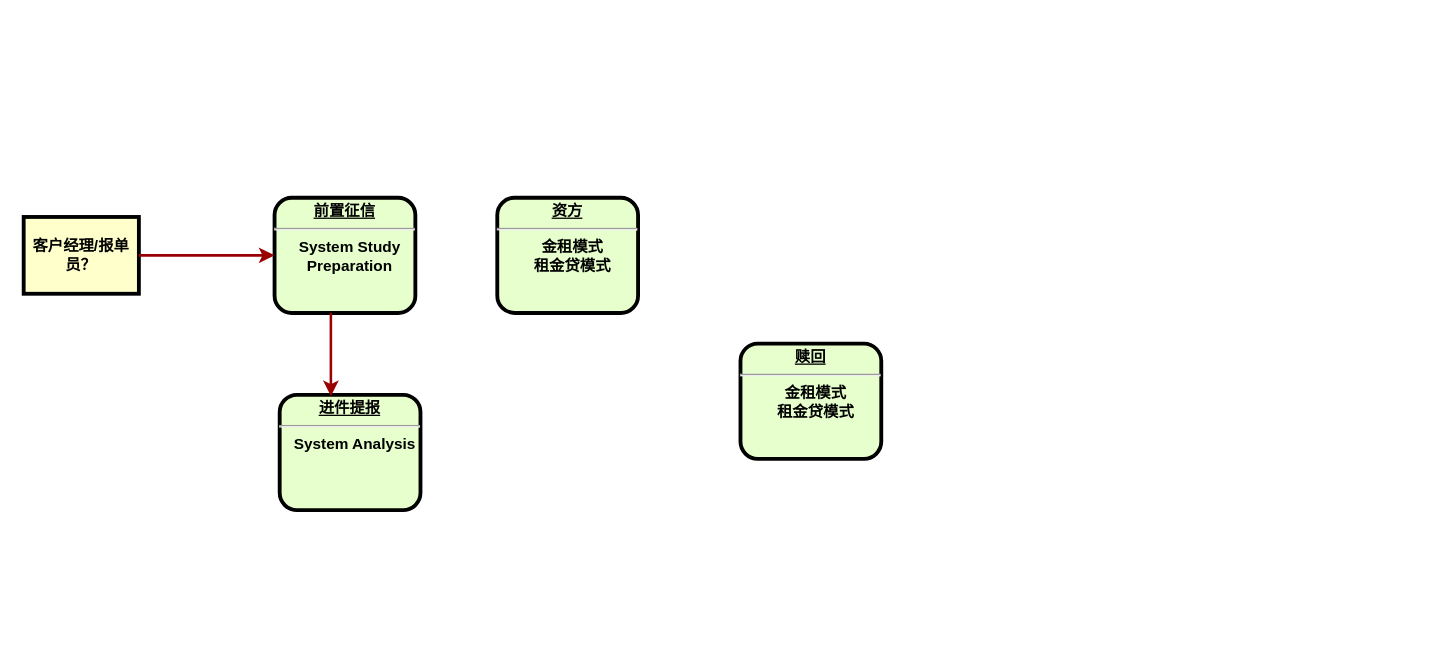
The draw.io diagram QJ主营业务流程.drawio in XiongZen/QJReconstitution, before the edit. Source tidied: cells renumbered, new cells numbered last; positions are measured from the earlier drawing's top-left corner, leaving out a move shared by most shapes. Both pictures are drawn from the tidied source at 128%, with x=0, y=0 at pixel (23, 197).
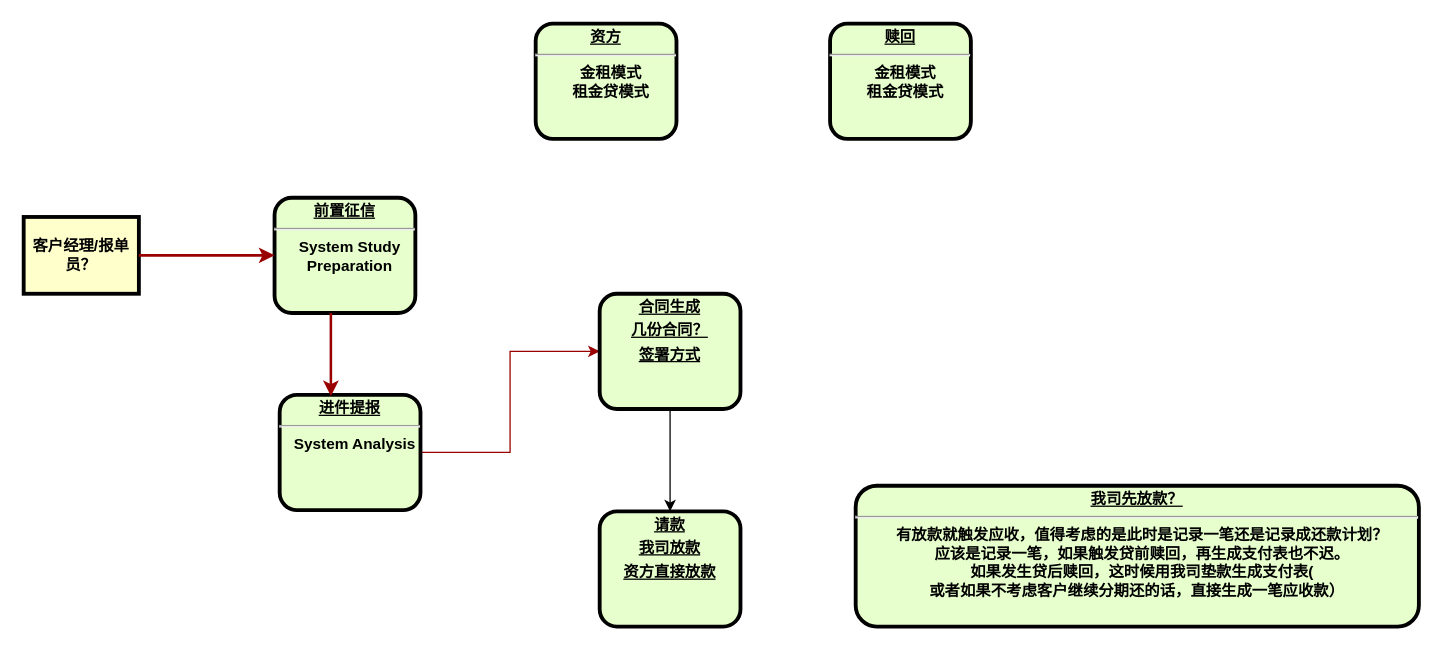
After the change.

Commit message:
更新QJ主营业务流程.0.0.2

What changed in the source:
```diff
@@
 <mxGraphModel>
   <root>
     <mxCell id="0" />
     <mxCell id="1" parent="0" />
     <mxCell id="2" value="&lt;p style=&quot;margin: 0px; margin-top: 4px; text-align: center; text-decoration: underline;&quot;&gt;&lt;strong&gt;前置征信&lt;br&gt;&lt;/strong&gt;&lt;/p&gt;&lt;hr&gt;&lt;p style=&quot;margin: 0px; margin-left: 8px;&quot;&gt;System Study&lt;/p&gt;&lt;p style=&quot;margin: 0px; margin-left: 8px;&quot;&gt;Preparation&lt;/p&gt;" style="verticalAlign=middle;align=center;overflow=fill;fontSize=12;fontFamily=Helvetica;html=1;rounded=1;fontStyle=1;strokeWidth=3;fillColor=#E6FFCC;" parent="1" vertex="1">
       <mxGeometry x="196" width="110" height="90" as="geometry" />
     </mxCell>
     <mxCell id="3" value="客户经理/报单员？" style="whiteSpace=wrap;align=center;verticalAlign=middle;fontStyle=1;strokeWidth=3;fillColor=#FFFFCC;" parent="1" vertex="1">
       <mxGeometry y="15" width="90" height="60" as="geometry" />
     </mxCell>
+    <mxCell id="9" style="edgeStyle=orthogonalEdgeStyle;rounded=0;jettySize=auto;html=1;strokeColor=#990000;" parent="1" edge="1" source="4" target="12">
+      <mxGeometry relative="1" as="geometry" />
+    </mxCell>
     <mxCell id="4" value="&lt;p style=&quot;margin: 0px; margin-top: 4px; text-align: center; text-decoration: underline;&quot;&gt;&lt;strong&gt;进件提报&lt;br&gt;&lt;/strong&gt;&lt;/p&gt;&lt;hr&gt;&lt;p style=&quot;margin: 0px; margin-left: 8px;&quot;&gt;System Analysis&lt;/p&gt;" style="verticalAlign=middle;align=center;overflow=fill;fontSize=12;fontFamily=Helvetica;html=1;rounded=1;fontStyle=1;strokeWidth=3;fillColor=#E6FFCC;" parent="1" vertex="1">
       <mxGeometry x="200" y="154" width="110" height="90" as="geometry" />
     </mxCell>
     <mxCell id="5" value="&lt;p style=&quot;margin: 0px; margin-top: 4px; text-align: center; text-decoration: underline;&quot;&gt;资方&lt;/p&gt;&lt;hr&gt;&lt;p style=&quot;margin: 0px; margin-left: 8px;&quot;&gt;金租模式&lt;/p&gt;&lt;p style=&quot;margin: 0px; margin-left: 8px;&quot;&gt;租金贷模式&lt;/p&gt;" style="verticalAlign=middle;align=center;overflow=fill;fontSize=12;fontFamily=Helvetica;html=1;rounded=1;fontStyle=1;strokeWidth=3;fillColor=#E6FFCC;" parent="1" vertex="1">
-      <mxGeometry x="370" width="110" height="90" as="geometry" />
+      <mxGeometry x="400" y="-136" width="110" height="90" as="geometry" />
     </mxCell>
     <mxCell id="6" style="edgeStyle=none;noEdgeStyle=1;strokeColor=#990000;strokeWidth=2;" parent="1" edge="1" source="3" target="2">
       <mxGeometry relative="1" as="geometry" />
     </mxCell>
     <mxCell id="7" style="edgeStyle=elbowEdgeStyle;elbow=horizontal;strokeColor=#990000;strokeWidth=2;" parent="1" edge="1" source="2">
       <mxGeometry relative="1" as="geometry">
         <mxPoint x="240" y="155" as="targetPoint" />
         <Array as="points">
           <mxPoint x="240" y="124" />
         </Array>
       </mxGeometry>
     </mxCell>
     <mxCell id="8" value="&lt;p style=&quot;margin: 0px; margin-top: 4px; text-align: center; text-decoration: underline;&quot;&gt;赎回&lt;/p&gt;&lt;hr&gt;&lt;p style=&quot;margin: 0px; margin-left: 8px;&quot;&gt;金租模式&lt;/p&gt;&lt;p style=&quot;margin: 0px; margin-left: 8px;&quot;&gt;租金贷模式&lt;/p&gt;" style="verticalAlign=middle;align=center;overflow=fill;fontSize=12;fontFamily=Helvetica;html=1;rounded=1;fontStyle=1;strokeWidth=3;fillColor=#E6FFCC;" parent="1" vertex="1">
-      <mxGeometry x="560" y="114" width="110" height="90" as="geometry" />
+      <mxGeometry x="630" y="-136" width="110" height="90" as="geometry" />
     </mxCell>
+    <mxCell id="10" value="&lt;p style=&quot;margin: 0px; margin-top: 4px; text-align: center; text-decoration: underline;&quot;&gt;我司先放款？&lt;/p&gt;&lt;hr&gt;&lt;p style=&quot;margin: 0px; margin-left: 8px;&quot;&gt;有放款就触发应收，值得考虑的是此时是记录一笔还是记录成还款计划？&lt;/p&gt;&lt;p style=&quot;margin: 0px; margin-left: 8px;&quot;&gt;应该是记录一笔，如果触发贷前赎回，再生成支付表也不迟。&lt;/p&gt;&lt;p style=&quot;margin: 0px; margin-left: 8px;&quot;&gt;如果发生贷后赎回，这时候用我司垫款生成支付表(&lt;/p&gt;或者&lt;span style=&quot;background-color: initial;&quot;&gt;如果不考虑客户继续分期还的话，直接生成一笔应收款）&lt;/span&gt;" style="verticalAlign=middle;align=center;overflow=fill;fontSize=12;fontFamily=Helvetica;html=1;rounded=1;fontStyle=1;strokeWidth=3;fillColor=#E6FFCC;" parent="1" vertex="1">
+      <mxGeometry x="650" y="225" width="440" height="110" as="geometry" />
+    </mxCell>
+    <mxCell id="11" style="edgeStyle=orthogonalEdgeStyle;rounded=0;jettySize=auto;html=1;" parent="1" edge="1" source="12" target="13">
+      <mxGeometry relative="1" as="geometry" />
+    </mxCell>
+    <mxCell id="12" value="&lt;p style=&quot;margin: 0px; margin-top: 4px; text-align: center; text-decoration: underline;&quot;&gt;合同生成&lt;/p&gt;&lt;p style=&quot;margin: 0px; margin-top: 4px; text-align: center; text-decoration: underline;&quot;&gt;几份合同？&lt;/p&gt;&lt;p style=&quot;margin: 0px; margin-top: 4px; text-align: center; text-decoration: underline;&quot;&gt;签署方式&lt;/p&gt;" style="verticalAlign=middle;align=center;overflow=fill;fontSize=12;fontFamily=Helvetica;html=1;rounded=1;fontStyle=1;strokeWidth=3;fillColor=#E6FFCC;" parent="1" vertex="1">
+      <mxGeometry x="450" y="75" width="110" height="90" as="geometry" />
+    </mxCell>
+    <mxCell id="13" value="&lt;p style=&quot;margin: 0px; margin-top: 4px; text-align: center; text-decoration: underline;&quot;&gt;请款&lt;/p&gt;&lt;p style=&quot;margin: 0px; margin-top: 4px; text-align: center; text-decoration: underline;&quot;&gt;我司放款&lt;/p&gt;&lt;p style=&quot;margin: 0px; margin-top: 4px; text-align: center; text-decoration: underline;&quot;&gt;资方直接放款&lt;/p&gt;" style="verticalAlign=middle;align=center;overflow=fill;fontSize=12;fontFamily=Helvetica;html=1;rounded=1;fontStyle=1;strokeWidth=3;fillColor=#E6FFCC;" parent="1" vertex="1">
+      <mxGeometry x="450" y="245" width="110" height="90" as="geometry" />
+    </mxCell>
   </root>
 </mxGraphModel>
```
